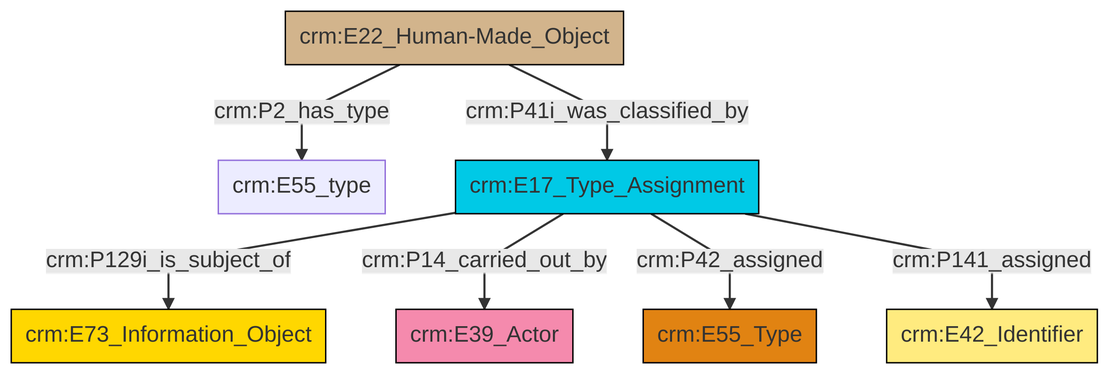
This is et/builtWorkCSV/ttl/mmd/png/Built_Work_designation_status.png from swiss-art-research-net/reference-data-models, a Mermaid export, as it was before one commit. Its source is kept beside it as et/builtWorkCSV/ttl/mmd/Built_Work_designation_status.ttl.mmd.
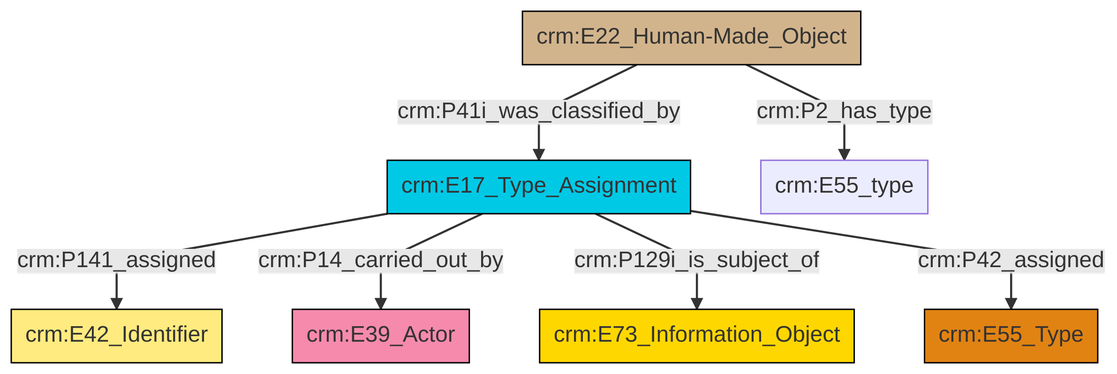
After the commit.

The edit, as a diff of the source:
```diff
@@ -13,9 +13,9 @@
 classDef PC_Classes fill:#4ce600, stroke:#000000;
 classDef Multi fill:#cccccc,stroke:#000000;
 
-8["crm:E22_Human-Made_Object"]:::Physical_Thing -->|crm:P41i_was_classified_by| 9["crm:E17_Type_Assignment"]:::Temporal_Entity
-8["crm:E22_Human-Made_Object"]:::Physical_Thing -->|crm:P2_has_type| 2["crm:E55_type"]:::Default
-9["crm:E17_Type_Assignment"]:::Temporal_Entity -->|crm:P129i_is_subject_of| 10["crm:E73_Information_Object"]:::Conceptual_Object
-9["crm:E17_Type_Assignment"]:::Temporal_Entity -->|crm:P14_carried_out_by| 0["crm:E39_Actor"]:::Actor
-9["crm:E17_Type_Assignment"]:::Temporal_Entity -->|crm:P42_assigned| 4["crm:E55_Type"]:::Type
-9["crm:E17_Type_Assignment"]:::Temporal_Entity -->|crm:P141_assigned| 6["crm:E42_Identifier"]:::Appellation
+2["crm:E17_Type_Assignment"]:::Temporal_Entity -->|crm:P141_assigned| 3["crm:E42_Identifier"]:::Appellation
+2["crm:E17_Type_Assignment"]:::Temporal_Entity -->|crm:P14_carried_out_by| 4["crm:E39_Actor"]:::Actor
+2["crm:E17_Type_Assignment"]:::Temporal_Entity -->|crm:P129i_is_subject_of| 5["crm:E73_Information_Object"]:::Conceptual_Object
+10["crm:E22_Human-Made_Object"]:::Physical_Thing -->|crm:P41i_was_classified_by| 2["crm:E17_Type_Assignment"]:::Temporal_Entity
+10["crm:E22_Human-Made_Object"]:::Physical_Thing -->|crm:P2_has_type| 6["crm:E55_type"]:::Default
+2["crm:E17_Type_Assignment"]:::Temporal_Entity -->|crm:P42_assigned| 0["crm:E55_Type"]:::Type
```
